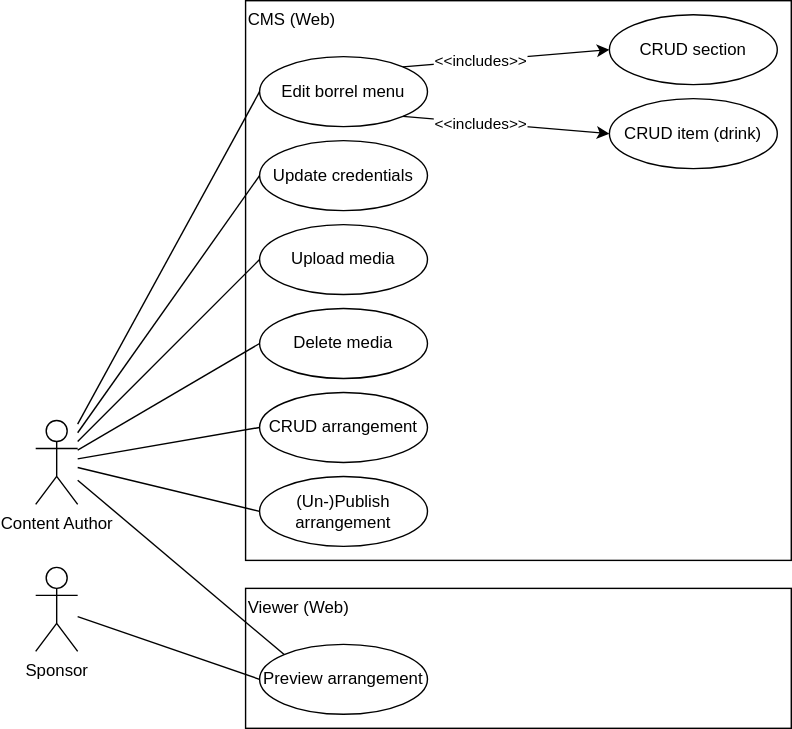
StudieverenigingSTORM/StoKa-TV keeps this draw.io diagram as docs/use-case_cms.drawio.svg. Above is the earlier version. Source tidied: cells renumbered, new cells last; positions are measured from the earlier drawing's top-left corner, leaving out a move shared by most shapes.
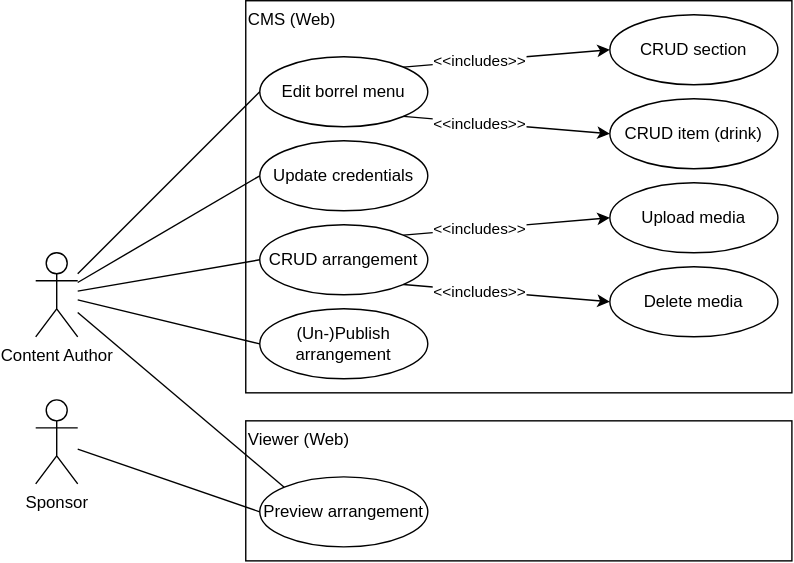
After the commit.

The edit, as a diff of the source:
```diff
@@ -3,22 +3,22 @@
     <mxCell id="0" />
     <mxCell id="1" parent="0" />
     <mxCell id="2" value="CMS (Web)" style="rounded=0;whiteSpace=wrap;html=1;fontFamily=Helvetica;fontSize=12;align=left;verticalAlign=top;fillColor=none;fontColor=#000000;strokeColor=#000000;" parent="1" vertex="1">
-      <mxGeometry x="150" width="390" height="400" as="geometry" />
+      <mxGeometry x="150" width="390" height="280" as="geometry" />
     </mxCell>
     <mxCell id="3" value="Sponsor" style="shape=umlActor;verticalLabelPosition=bottom;verticalAlign=top;html=1;outlineConnect=0;fillColor=none;fontColor=#000000;rounded=0;strokeColor=#000000;" parent="1" vertex="1">
-      <mxGeometry y="405" width="30" height="60" as="geometry" />
+      <mxGeometry y="285" width="30" height="60" as="geometry" />
     </mxCell>
     <mxCell id="4" style="endArrow=none;html=1;rounded=0;fontColor=#000000;fontSize=12;verticalAlign=middle;strokeColor=#000000;exitX=0;exitY=0.5;exitDx=0;exitDy=0;" parent="1" edge="1" source="6" target="3">
       <mxGeometry relative="1" as="geometry" />
     </mxCell>
     <mxCell id="5" value="Viewer (Web)" style="rounded=0;whiteSpace=wrap;html=1;fontFamily=Helvetica;fontSize=12;align=left;verticalAlign=top;fillColor=none;fontColor=#000000;strokeColor=#000000;" parent="1" vertex="1">
-      <mxGeometry x="150" y="420" width="390" height="100" as="geometry" />
+      <mxGeometry x="150" y="300" width="390" height="100" as="geometry" />
     </mxCell>
     <mxCell id="6" value="&lt;font color=&quot;#000000&quot;&gt;Preview arrangement&lt;/font&gt;" style="ellipse;whiteSpace=wrap;html=1;align=center;verticalAlign=middle;rounded=0;strokeColor=#000000;fillColor=none;" parent="1" vertex="1">
-      <mxGeometry x="160" y="460" width="120" height="50" as="geometry" />
+      <mxGeometry x="160" y="340" width="120" height="50" as="geometry" />
     </mxCell>
     <mxCell id="7" value="Content Author" style="shape=umlActor;verticalLabelPosition=bottom;verticalAlign=top;html=1;outlineConnect=0;fillColor=none;fontColor=#000000;rounded=0;strokeColor=#000000;" parent="1" vertex="1">
-      <mxGeometry y="300" width="30" height="60" as="geometry" />
+      <mxGeometry y="180" width="30" height="60" as="geometry" />
     </mxCell>
     <mxCell id="8" style="edgeStyle=none;html=1;exitX=1;exitY=0;exitDx=0;exitDy=0;entryX=0;entryY=0.5;entryDx=0;entryDy=0;fontColor=#f0f0f0;strokeColor=#000000;rounded=0;" parent="1" edge="1" source="10" target="12">
       <mxGeometry relative="1" as="geometry" />
@@ -30,7 +30,7 @@
       <mxGeometry x="160" y="40" width="120" height="50" as="geometry" />
     </mxCell>
     <mxCell id="11" value="&lt;font color=&quot;#000000&quot;&gt;Upload media&lt;/font&gt;" style="ellipse;whiteSpace=wrap;html=1;align=center;verticalAlign=middle;rounded=0;strokeColor=#000000;fillColor=none;" parent="1" vertex="1">
-      <mxGeometry x="160" y="160" width="120" height="50" as="geometry" />
+      <mxGeometry x="410" y="130" width="120" height="50" as="geometry" />
     </mxCell>
     <mxCell id="12" value="&lt;font color=&quot;#000000&quot;&gt;CRUD section&lt;/font&gt;" style="ellipse;whiteSpace=wrap;html=1;align=center;verticalAlign=middle;rounded=0;strokeColor=#000000;fillColor=none;" parent="1" vertex="1">
       <mxGeometry x="410" y="10" width="120" height="50" as="geometry" />
@@ -44,9 +44,6 @@
     <mxCell id="15" value="&amp;lt;&amp;lt;includes&amp;gt;&amp;gt;" style="edgeLabel;html=1;align=center;verticalAlign=middle;fontColor=#000000;labelBackgroundColor=#FFFFFF;" parent="14" vertex="1">
       <mxGeometry x="-0.26" relative="1" as="geometry" />
     </mxCell>
-    <mxCell id="16" style="endArrow=none;html=1;rounded=0;fontColor=#000000;fontSize=12;verticalAlign=middle;strokeColor=#000000;exitX=0;exitY=0.5;exitDx=0;exitDy=0;" parent="1" edge="1" source="11" target="7">
-      <mxGeometry relative="1" as="geometry" />
-    </mxCell>
     <mxCell id="17" style="endArrow=none;html=1;rounded=0;fontColor=#000000;fontSize=12;verticalAlign=middle;strokeColor=#000000;entryX=0;entryY=0.5;entryDx=0;entryDy=0;" parent="1" edge="1" source="7" target="10">
       <mxGeometry relative="1" as="geometry" />
     </mxCell>
@@ -54,19 +51,16 @@
       <mxGeometry relative="1" as="geometry" />
     </mxCell>
     <mxCell id="19" value="&lt;font color=&quot;#000000&quot;&gt;CRUD arrangement&lt;/font&gt;" style="ellipse;whiteSpace=wrap;html=1;align=center;verticalAlign=middle;rounded=0;strokeColor=#000000;fillColor=none;" parent="1" vertex="1">
-      <mxGeometry x="160" y="280" width="120" height="50" as="geometry" />
+      <mxGeometry x="160" y="160" width="120" height="50" as="geometry" />
     </mxCell>
     <mxCell id="20" style="endArrow=none;html=1;rounded=0;fontColor=#000000;fontSize=12;verticalAlign=middle;strokeColor=#000000;exitX=0;exitY=0.5;exitDx=0;exitDy=0;" parent="1" edge="1" source="19" target="7">
       <mxGeometry relative="1" as="geometry" />
     </mxCell>
     <mxCell id="21" value="&lt;font color=&quot;#000000&quot;&gt;Delete media&lt;/font&gt;" style="ellipse;whiteSpace=wrap;html=1;align=center;verticalAlign=middle;rounded=0;strokeColor=#000000;fillColor=none;" parent="1" vertex="1">
-      <mxGeometry x="160" y="220" width="120" height="50" as="geometry" />
+      <mxGeometry x="410" y="190" width="120" height="50" as="geometry" />
     </mxCell>
-    <mxCell id="22" style="endArrow=none;html=1;rounded=0;fontColor=#000000;fontSize=12;verticalAlign=middle;strokeColor=#000000;exitX=0;exitY=0.5;exitDx=0;exitDy=0;" parent="1" edge="1" source="21" target="7">
-      <mxGeometry relative="1" as="geometry" />
-    </mxCell>
     <mxCell id="23" value="&lt;font color=&quot;#000000&quot;&gt;(Un-)Publish arrangement&lt;/font&gt;" style="ellipse;whiteSpace=wrap;html=1;align=center;verticalAlign=middle;rounded=0;strokeColor=#000000;fillColor=none;" parent="1" vertex="1">
-      <mxGeometry x="160" y="340" width="120" height="50" as="geometry" />
+      <mxGeometry x="160" y="220" width="120" height="50" as="geometry" />
     </mxCell>
     <mxCell id="24" style="endArrow=none;html=1;rounded=0;fontColor=#000000;fontSize=12;verticalAlign=middle;strokeColor=#000000;exitX=0;exitY=0.5;exitDx=0;exitDy=0;" parent="1" edge="1" source="23" target="7">
       <mxGeometry relative="1" as="geometry" />
@@ -77,5 +71,17 @@
     <mxCell id="26" style="endArrow=none;html=1;rounded=0;fontColor=#000000;fontSize=12;verticalAlign=middle;strokeColor=#000000;exitX=0;exitY=0.5;exitDx=0;exitDy=0;" parent="1" edge="1" source="25" target="7">
       <mxGeometry relative="1" as="geometry" />
     </mxCell>
+    <mxCell id="27" style="edgeStyle=none;html=1;entryX=0;entryY=0.5;entryDx=0;entryDy=0;fontColor=#f0f0f0;strokeColor=#000000;rounded=0;exitX=1;exitY=1;exitDx=0;exitDy=0;" parent="1" edge="1" source="19" target="21">
+      <mxGeometry relative="1" as="geometry" />
+    </mxCell>
+    <mxCell id="28" value="&amp;lt;&amp;lt;includes&amp;gt;&amp;gt;" style="edgeLabel;html=1;align=center;verticalAlign=middle;fontColor=#000000;labelBackgroundColor=#FFFFFF;" parent="27" vertex="1">
+      <mxGeometry x="-0.26" relative="1" as="geometry" />
+    </mxCell>
+    <mxCell id="29" style="edgeStyle=none;html=1;entryX=0;entryY=0.5;entryDx=0;entryDy=0;fontColor=#f0f0f0;strokeColor=#000000;rounded=0;exitX=1;exitY=0;exitDx=0;exitDy=0;" parent="1" edge="1" source="19" target="11">
+      <mxGeometry relative="1" as="geometry" />
+    </mxCell>
+    <mxCell id="30" value="&amp;lt;&amp;lt;includes&amp;gt;&amp;gt;" style="edgeLabel;html=1;align=center;verticalAlign=middle;fontColor=#000000;labelBackgroundColor=#FFFFFF;" parent="29" vertex="1">
+      <mxGeometry x="-0.26" relative="1" as="geometry" />
+    </mxCell>
   </root>
 </mxGraphModel>
```
